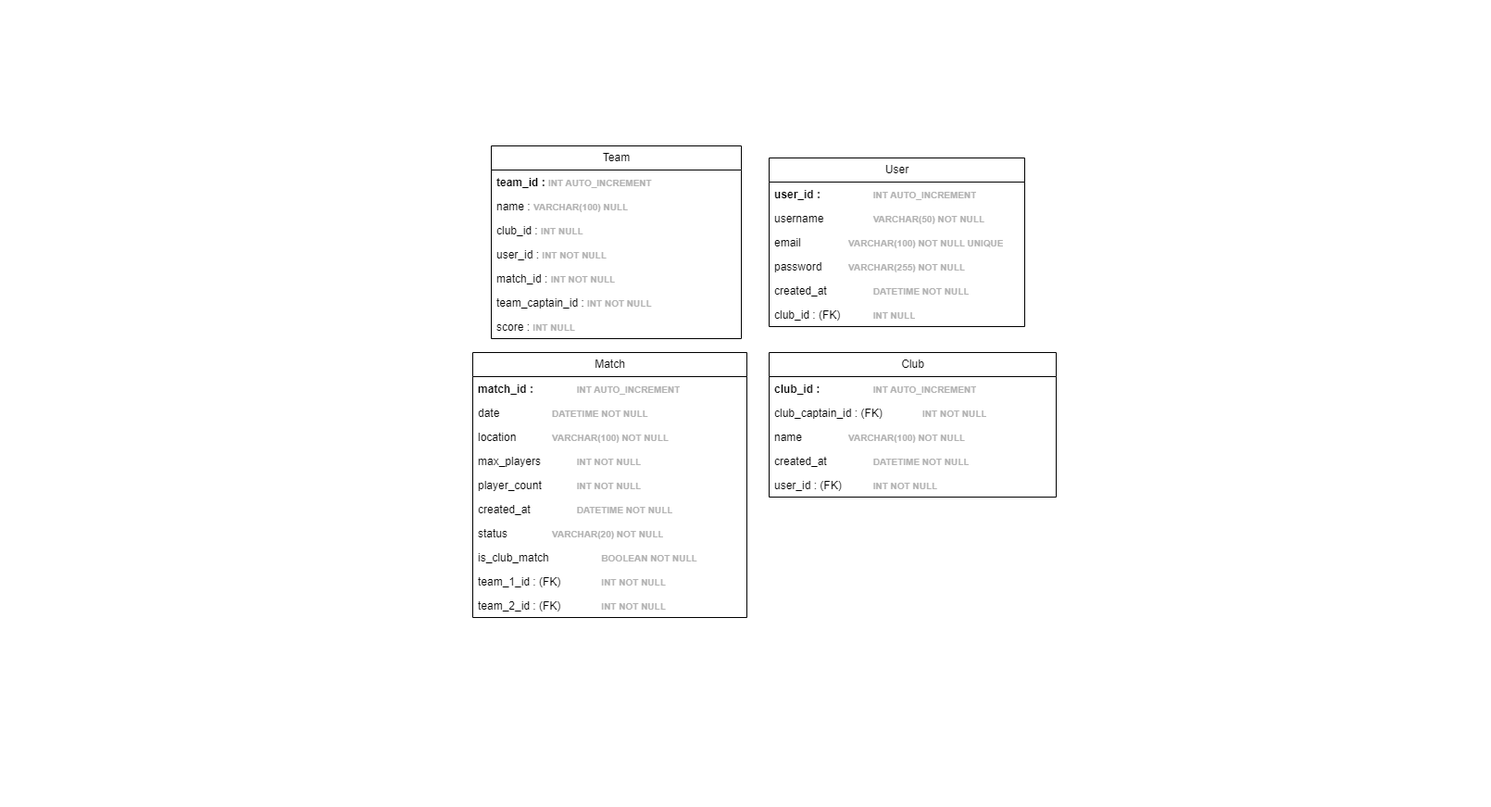
Before: MPD.drawio.png, a diagram exported from draw.io (Mathistrg/Styx). Source tidied: cells renumbered, new cells last; positions are measured from the earlier drawing's top-left corner, leaving out a move shared by most shapes.
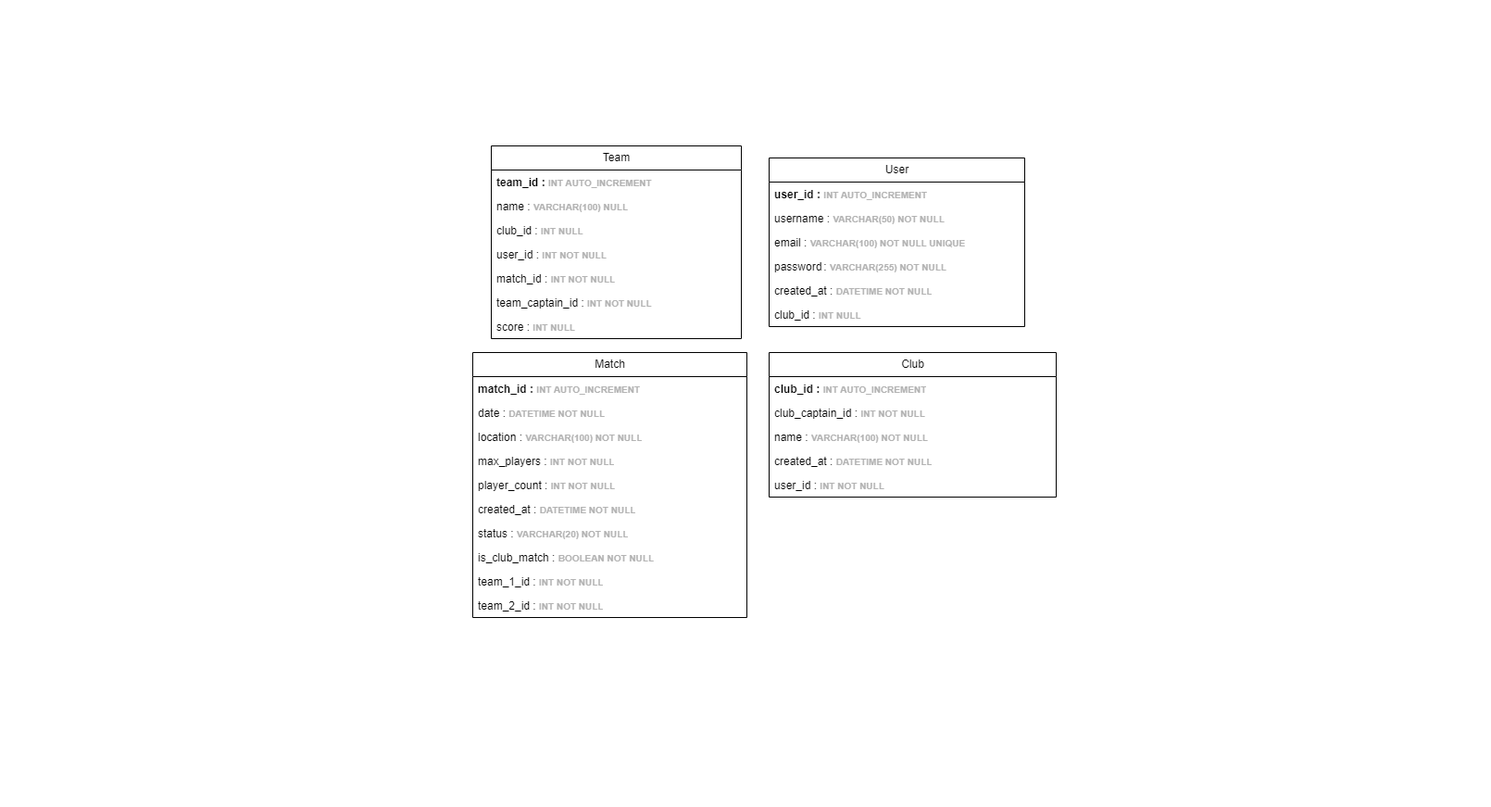
After the commit.

Commit message:
Mettre à jour MPD.drawio.png

The edit, as a diff of the source:
```diff
@@ -8,73 +8,73 @@
     <mxCell id="3" value="User" style="swimlane;fontStyle=0;horizontal=1;startSize=26;fillColor=none;html=1;" parent="1" vertex="1">
       <mxGeometry x="830" y="170" width="276" height="182" as="geometry" />
     </mxCell>
-    <mxCell id="4" value="&lt;b&gt;user_id :  &lt;span style=&quot;white-space: pre;&quot;&gt;&#9;&lt;/span&gt;&lt;span style=&quot;white-space: pre;&quot;&gt;&#9;&lt;/span&gt;&lt;font style=&quot;font-size: 10px; color: rgb(179, 179, 179);&quot;&gt;INT AUTO_INCREMENT&lt;/font&gt;&lt;/b&gt;" style="text;strokeColor=none;fillColor=none;align=left;verticalAlign=top;spacingLeft=4;spacingRight=4;overflow=hidden;whiteSpace=wrap;html=1;" parent="3" vertex="1">
+    <mxCell id="4" value="&lt;b&gt;user_id :&amp;nbsp;&lt;font style=&quot;font-size: 10px; color: rgb(179, 179, 179);&quot;&gt;INT AUTO_INCREMENT&lt;/font&gt;&lt;/b&gt;" style="text;strokeColor=none;fillColor=none;align=left;verticalAlign=top;spacingLeft=4;spacingRight=4;overflow=hidden;whiteSpace=wrap;html=1;" parent="3" vertex="1">
       <mxGeometry y="26" width="276" height="26" as="geometry" />
     </mxCell>
-    <mxCell id="5" value="username&lt;span style=&quot;white-space: pre;&quot;&gt;&#9;&lt;/span&gt;&lt;span style=&quot;white-space: pre;&quot;&gt;&#9;&lt;/span&gt;&lt;font color=&quot;#b3b3b3&quot;&gt;&lt;span style=&quot;font-size: 10px;&quot;&gt;&lt;b&gt;VARCHAR(50) NOT NULL&lt;/b&gt;&lt;/span&gt;&lt;/font&gt;" style="text;strokeColor=none;fillColor=none;align=left;verticalAlign=top;spacingLeft=4;spacingRight=4;overflow=hidden;whiteSpace=wrap;html=1;" parent="3" vertex="1">
+    <mxCell id="5" value="username :&amp;nbsp;&lt;font color=&quot;#b3b3b3&quot;&gt;&lt;span style=&quot;font-size: 10px;&quot;&gt;&lt;b&gt;VARCHAR(50) NOT NULL&lt;/b&gt;&lt;/span&gt;&lt;/font&gt;" style="text;strokeColor=none;fillColor=none;align=left;verticalAlign=top;spacingLeft=4;spacingRight=4;overflow=hidden;whiteSpace=wrap;html=1;" parent="3" vertex="1">
       <mxGeometry y="52" width="276" height="26" as="geometry" />
     </mxCell>
-    <mxCell id="6" value="email&lt;span style=&quot;white-space: pre;&quot;&gt;&#9;&lt;/span&gt;&lt;span style=&quot;white-space: pre;&quot;&gt;&#9;&lt;/span&gt;&lt;font color=&quot;#b3b3b3&quot;&gt;&lt;span style=&quot;font-size: 10px;&quot;&gt;&lt;b&gt;VARCHAR(100) NOT NULL UNIQUE&lt;/b&gt;&lt;/span&gt;&lt;/font&gt;" style="text;strokeColor=none;fillColor=none;align=left;verticalAlign=top;spacingLeft=4;spacingRight=4;overflow=hidden;whiteSpace=wrap;html=1;" parent="3" vertex="1">
+    <mxCell id="6" value="email :&amp;nbsp;&lt;font color=&quot;#b3b3b3&quot;&gt;&lt;span style=&quot;font-size: 10px;&quot;&gt;&lt;b&gt;VARCHAR(100) NOT NULL UNIQUE&lt;/b&gt;&lt;/span&gt;&lt;/font&gt;" style="text;strokeColor=none;fillColor=none;align=left;verticalAlign=top;spacingLeft=4;spacingRight=4;overflow=hidden;whiteSpace=wrap;html=1;" parent="3" vertex="1">
       <mxGeometry y="78" width="276" height="26" as="geometry" />
     </mxCell>
-    <mxCell id="7" value="password&lt;span style=&quot;white-space: pre;&quot;&gt;&#9;&lt;/span&gt;&lt;span style=&quot;white-space: pre;&quot;&gt;&#9;&lt;/span&gt;&lt;font color=&quot;#b3b3b3&quot;&gt;&lt;span style=&quot;font-size: 10px;&quot;&gt;&lt;b&gt;VARCHAR(255) NOT NULL&lt;/b&gt;&lt;/span&gt;&lt;/font&gt;" style="text;strokeColor=none;fillColor=none;align=left;verticalAlign=top;spacingLeft=4;spacingRight=4;overflow=hidden;whiteSpace=wrap;html=1;" parent="3" vertex="1">
+    <mxCell id="7" value="password&lt;span style=&quot;white-space: pre;&quot;&gt;&#9;&lt;/span&gt;:&amp;nbsp;&lt;font color=&quot;#b3b3b3&quot;&gt;&lt;span style=&quot;font-size: 10px;&quot;&gt;&lt;b&gt;VARCHAR(255) NOT NULL&lt;/b&gt;&lt;/span&gt;&lt;/font&gt;" style="text;strokeColor=none;fillColor=none;align=left;verticalAlign=top;spacingLeft=4;spacingRight=4;overflow=hidden;whiteSpace=wrap;html=1;" parent="3" vertex="1">
       <mxGeometry y="104" width="276" height="26" as="geometry" />
     </mxCell>
-    <mxCell id="8" value="created_at&lt;span style=&quot;white-space: pre;&quot;&gt;&#9;&lt;/span&gt;&lt;span style=&quot;white-space: pre;&quot;&gt;&#9;&lt;/span&gt;&lt;font color=&quot;#b3b3b3&quot;&gt;&lt;span style=&quot;font-size: 10px;&quot;&gt;&lt;b&gt;DATETIME NOT NULL&lt;/b&gt;&lt;/span&gt;&lt;/font&gt;" style="text;strokeColor=none;fillColor=none;align=left;verticalAlign=top;spacingLeft=4;spacingRight=4;overflow=hidden;whiteSpace=wrap;html=1;" parent="3" vertex="1">
+    <mxCell id="8" value="created_at :&amp;nbsp;&lt;font color=&quot;#b3b3b3&quot;&gt;&lt;span style=&quot;font-size: 10px;&quot;&gt;&lt;b&gt;DATETIME NOT NULL&lt;/b&gt;&lt;/span&gt;&lt;/font&gt;" style="text;strokeColor=none;fillColor=none;align=left;verticalAlign=top;spacingLeft=4;spacingRight=4;overflow=hidden;whiteSpace=wrap;html=1;" parent="3" vertex="1">
       <mxGeometry y="130" width="276" height="26" as="geometry" />
     </mxCell>
-    <mxCell id="9" value="club_id :  (FK)&lt;span style=&quot;white-space: pre;&quot;&gt;&#9;&lt;/span&gt;&lt;span style=&quot;white-space: pre;&quot;&gt;&#9;&lt;/span&gt;&lt;font color=&quot;#b3b3b3&quot;&gt;&lt;span style=&quot;font-size: 10px;&quot;&gt;&lt;b&gt;INT NULL&lt;/b&gt;&lt;/span&gt;&lt;/font&gt;" style="text;strokeColor=none;fillColor=none;align=left;verticalAlign=top;spacingLeft=4;spacingRight=4;overflow=hidden;whiteSpace=wrap;html=1;" parent="3" vertex="1">
+    <mxCell id="9" value="club_id : &lt;font color=&quot;#b3b3b3&quot;&gt;&lt;span style=&quot;font-size: 10px;&quot;&gt;&lt;b&gt;INT NULL&lt;/b&gt;&lt;/span&gt;&lt;/font&gt;" style="text;strokeColor=none;fillColor=none;align=left;verticalAlign=top;spacingLeft=4;spacingRight=4;overflow=hidden;whiteSpace=wrap;html=1;" parent="3" vertex="1">
       <mxGeometry y="156" width="276" height="26" as="geometry" />
     </mxCell>
     <mxCell id="10" value="Match" style="swimlane;fontStyle=0;horizontal=1;startSize=26;fillColor=none;html=1;" parent="1" vertex="1">
       <mxGeometry x="510" y="380" width="296" height="286" as="geometry" />
     </mxCell>
-    <mxCell id="11" value="&lt;b&gt;match_id :  &lt;span style=&quot;white-space: pre;&quot;&gt;&#9;&lt;/span&gt;&lt;span style=&quot;white-space: pre;&quot;&gt;&#9;&lt;/span&gt;&lt;/b&gt;&lt;b style=&quot;color: rgb(179, 179, 179); font-size: 10px;&quot;&gt;INT AUTO_INCREMENT&lt;/b&gt;" style="text;strokeColor=none;fillColor=none;align=left;verticalAlign=top;spacingLeft=4;spacingRight=4;overflow=hidden;whiteSpace=wrap;html=1;" parent="10" vertex="1">
+    <mxCell id="11" value="&lt;b&gt;match_id : &lt;/b&gt;&lt;b style=&quot;color: rgb(179, 179, 179); font-size: 10px;&quot;&gt;INT AUTO_INCREMENT&lt;/b&gt;" style="text;strokeColor=none;fillColor=none;align=left;verticalAlign=top;spacingLeft=4;spacingRight=4;overflow=hidden;whiteSpace=wrap;html=1;" parent="10" vertex="1">
       <mxGeometry y="26" width="296" height="26" as="geometry" />
     </mxCell>
-    <mxCell id="12" value="date&lt;span style=&quot;white-space: pre;&quot;&gt;&#9;&lt;/span&gt;&lt;span style=&quot;white-space: pre;&quot;&gt;&#9;&lt;/span&gt;&lt;span style=&quot;white-space: pre;&quot;&gt;&#9;&lt;/span&gt;&lt;b style=&quot;color: rgb(179, 179, 179); font-size: 10px;&quot;&gt;DATETIME NOT NULL&lt;/b&gt;" style="text;strokeColor=none;fillColor=none;align=left;verticalAlign=top;spacingLeft=4;spacingRight=4;overflow=hidden;whiteSpace=wrap;html=1;" parent="10" vertex="1">
+    <mxCell id="12" value="date&lt;span style=&quot;white-space: pre;&quot;&gt;&#9;&lt;/span&gt;:&amp;nbsp;&lt;b style=&quot;color: rgb(179, 179, 179); font-size: 10px;&quot;&gt;DATETIME NOT NULL&lt;/b&gt;" style="text;strokeColor=none;fillColor=none;align=left;verticalAlign=top;spacingLeft=4;spacingRight=4;overflow=hidden;whiteSpace=wrap;html=1;" parent="10" vertex="1">
       <mxGeometry y="52" width="296" height="26" as="geometry" />
     </mxCell>
-    <mxCell id="13" value="location&lt;span style=&quot;white-space: pre;&quot;&gt;&#9;&lt;/span&gt;&lt;span style=&quot;white-space: pre;&quot;&gt;&#9;&lt;/span&gt;&lt;b style=&quot;color: rgb(179, 179, 179); font-size: 10px;&quot;&gt;VARCHAR(100) NOT NULL&lt;/b&gt;" style="text;strokeColor=none;fillColor=none;align=left;verticalAlign=top;spacingLeft=4;spacingRight=4;overflow=hidden;whiteSpace=wrap;html=1;" parent="10" vertex="1">
+    <mxCell id="13" value="location :&amp;nbsp;&lt;b style=&quot;color: rgb(179, 179, 179); font-size: 10px;&quot;&gt;VARCHAR(100) NOT NULL&lt;/b&gt;" style="text;strokeColor=none;fillColor=none;align=left;verticalAlign=top;spacingLeft=4;spacingRight=4;overflow=hidden;whiteSpace=wrap;html=1;" parent="10" vertex="1">
       <mxGeometry y="78" width="296" height="26" as="geometry" />
     </mxCell>
-    <mxCell id="14" value="max_players&lt;span style=&quot;white-space: pre;&quot;&gt;&#9;&lt;/span&gt;&lt;span style=&quot;white-space: pre;&quot;&gt;&#9;&lt;/span&gt;&lt;b style=&quot;color: rgb(179, 179, 179); font-size: 10px;&quot;&gt;INT NOT NULL&lt;/b&gt;" style="text;strokeColor=none;fillColor=none;align=left;verticalAlign=top;spacingLeft=4;spacingRight=4;overflow=hidden;whiteSpace=wrap;html=1;" parent="10" vertex="1">
+    <mxCell id="14" value="max_players :&amp;nbsp;&lt;b style=&quot;color: rgb(179, 179, 179); font-size: 10px;&quot;&gt;INT NOT NULL&lt;/b&gt;" style="text;strokeColor=none;fillColor=none;align=left;verticalAlign=top;spacingLeft=4;spacingRight=4;overflow=hidden;whiteSpace=wrap;html=1;" parent="10" vertex="1">
       <mxGeometry y="104" width="296" height="26" as="geometry" />
     </mxCell>
-    <mxCell id="15" value="player_count&lt;span style=&quot;white-space: pre;&quot;&gt;&#9;&lt;/span&gt;&lt;span style=&quot;white-space: pre;&quot;&gt;&#9;&lt;/span&gt;&lt;b style=&quot;color: rgb(179, 179, 179); font-size: 10px;&quot;&gt;INT NOT NULL&lt;/b&gt;" style="text;strokeColor=none;fillColor=none;align=left;verticalAlign=top;spacingLeft=4;spacingRight=4;overflow=hidden;whiteSpace=wrap;html=1;" parent="10" vertex="1">
+    <mxCell id="15" value="player_count :&amp;nbsp;&lt;b style=&quot;color: rgb(179, 179, 179); font-size: 10px;&quot;&gt;INT NOT NULL&lt;/b&gt;" style="text;strokeColor=none;fillColor=none;align=left;verticalAlign=top;spacingLeft=4;spacingRight=4;overflow=hidden;whiteSpace=wrap;html=1;" parent="10" vertex="1">
       <mxGeometry y="130" width="296" height="26" as="geometry" />
     </mxCell>
-    <mxCell id="16" value="created_at&lt;span style=&quot;white-space: pre;&quot;&gt;&#9;&lt;/span&gt;&lt;span style=&quot;white-space: pre;&quot;&gt;&#9;&lt;/span&gt;&lt;b style=&quot;color: rgb(179, 179, 179); font-size: 10px;&quot;&gt;DATETIME NOT NULL&lt;/b&gt;" style="text;strokeColor=none;fillColor=none;align=left;verticalAlign=top;spacingLeft=4;spacingRight=4;overflow=hidden;whiteSpace=wrap;html=1;" parent="10" vertex="1">
+    <mxCell id="16" value="created_at :&amp;nbsp;&lt;b style=&quot;color: rgb(179, 179, 179); font-size: 10px;&quot;&gt;DATETIME NOT NULL&lt;/b&gt;" style="text;strokeColor=none;fillColor=none;align=left;verticalAlign=top;spacingLeft=4;spacingRight=4;overflow=hidden;whiteSpace=wrap;html=1;" parent="10" vertex="1">
       <mxGeometry y="156" width="296" height="26" as="geometry" />
     </mxCell>
-    <mxCell id="17" value="status&lt;span style=&quot;white-space: pre;&quot;&gt;&#9;&lt;/span&gt;&lt;span style=&quot;white-space: pre;&quot;&gt;&#9;&lt;/span&gt;&lt;b style=&quot;color: rgb(179, 179, 179); font-size: 10px;&quot;&gt;VARCHAR(20) NOT NULL&lt;/b&gt;" style="text;strokeColor=none;fillColor=none;align=left;verticalAlign=top;spacingLeft=4;spacingRight=4;overflow=hidden;whiteSpace=wrap;html=1;" parent="10" vertex="1">
+    <mxCell id="17" value="status :&amp;nbsp;&lt;b style=&quot;color: rgb(179, 179, 179); font-size: 10px;&quot;&gt;VARCHAR(20) NOT NULL&lt;/b&gt;" style="text;strokeColor=none;fillColor=none;align=left;verticalAlign=top;spacingLeft=4;spacingRight=4;overflow=hidden;whiteSpace=wrap;html=1;" parent="10" vertex="1">
       <mxGeometry y="182" width="296" height="26" as="geometry" />
     </mxCell>
-    <mxCell id="18" value="is_club_match&amp;nbsp;&lt;span style=&quot;white-space: pre;&quot;&gt;&#9;&lt;/span&gt;&lt;span style=&quot;white-space: pre;&quot;&gt;&#9;&lt;/span&gt;&lt;b style=&quot;color: rgb(179, 179, 179); font-size: 10px;&quot;&gt;BOOLEAN NOT NULL&lt;/b&gt;&lt;span style=&quot;white-space: pre;&quot;&gt;&#9;&lt;/span&gt;&lt;span style=&quot;white-space: pre;&quot;&gt;&#9;&lt;/span&gt;&lt;span style=&quot;white-space: pre;&quot;&gt;&#9;&lt;/span&gt;" style="text;strokeColor=none;fillColor=none;align=left;verticalAlign=top;spacingLeft=4;spacingRight=4;overflow=hidden;whiteSpace=wrap;html=1;" parent="10" vertex="1">
+    <mxCell id="18" value="is_club_match :&amp;nbsp;&lt;b style=&quot;color: rgb(179, 179, 179); font-size: 10px;&quot;&gt;BOOLEAN NOT NULL&lt;/b&gt;&lt;span style=&quot;white-space: pre;&quot;&gt;&#9;&lt;/span&gt;&lt;span style=&quot;white-space: pre;&quot;&gt;&#9;&lt;/span&gt;&lt;span style=&quot;white-space: pre;&quot;&gt;&#9;&lt;/span&gt;" style="text;strokeColor=none;fillColor=none;align=left;verticalAlign=top;spacingLeft=4;spacingRight=4;overflow=hidden;whiteSpace=wrap;html=1;" parent="10" vertex="1">
       <mxGeometry y="208" width="296" height="26" as="geometry" />
     </mxCell>
-    <mxCell id="19" value="team_1_id :  (FK)&lt;span style=&quot;white-space: pre;&quot;&gt;&#9;&lt;/span&gt;&lt;span style=&quot;white-space: pre;&quot;&gt;&#9;&lt;/span&gt;&lt;b style=&quot;color: rgb(179, 179, 179); font-size: 10px;&quot;&gt;INT NOT NULL&lt;/b&gt;" style="text;strokeColor=none;fillColor=none;align=left;verticalAlign=top;spacingLeft=4;spacingRight=4;overflow=hidden;whiteSpace=wrap;html=1;" parent="10" vertex="1">
+    <mxCell id="19" value="team_1_id : &lt;b style=&quot;color: rgb(179, 179, 179); font-size: 10px;&quot;&gt;INT NOT NULL&lt;/b&gt;" style="text;strokeColor=none;fillColor=none;align=left;verticalAlign=top;spacingLeft=4;spacingRight=4;overflow=hidden;whiteSpace=wrap;html=1;" parent="10" vertex="1">
       <mxGeometry y="234" width="296" height="26" as="geometry" />
     </mxCell>
-    <mxCell id="20" value="team_2_id :  (FK)&lt;span style=&quot;white-space: pre;&quot;&gt;&#9;&lt;/span&gt;&lt;span style=&quot;white-space: pre;&quot;&gt;&#9;&lt;/span&gt;&lt;b style=&quot;color: rgb(179, 179, 179); font-size: 10px;&quot;&gt;INT NOT NULL&lt;/b&gt;" style="text;strokeColor=none;fillColor=none;align=left;verticalAlign=top;spacingLeft=4;spacingRight=4;overflow=hidden;whiteSpace=wrap;html=1;" parent="10" vertex="1">
+    <mxCell id="20" value="team_2_id : &lt;b style=&quot;color: rgb(179, 179, 179); font-size: 10px;&quot;&gt;INT NOT NULL&lt;/b&gt;" style="text;strokeColor=none;fillColor=none;align=left;verticalAlign=top;spacingLeft=4;spacingRight=4;overflow=hidden;whiteSpace=wrap;html=1;" parent="10" vertex="1">
       <mxGeometry y="260" width="296" height="26" as="geometry" />
     </mxCell>
     <mxCell id="21" value="Club" style="swimlane;fontStyle=0;horizontal=1;startSize=26;fillColor=none;html=1;" parent="1" vertex="1">
       <mxGeometry x="830" y="380" width="310" height="156" as="geometry" />
     </mxCell>
-    <mxCell id="22" value="&lt;b&gt;club_id :  &lt;span style=&quot;white-space: pre;&quot;&gt;&#9;&lt;/span&gt;&lt;span style=&quot;white-space: pre;&quot;&gt;&#9;&lt;/span&gt;&lt;font color=&quot;#b3b3b3&quot;&gt;&lt;span style=&quot;font-size: 10px;&quot;&gt;INT AUTO_INCREMENT&lt;/span&gt;&lt;/font&gt;&lt;/b&gt;" style="text;strokeColor=none;fillColor=none;align=left;verticalAlign=top;spacingLeft=4;spacingRight=4;overflow=hidden;whiteSpace=wrap;html=1;" parent="21" vertex="1">
+    <mxCell id="22" value="&lt;b&gt;club_id :&amp;nbsp;&lt;font color=&quot;#b3b3b3&quot;&gt;&lt;span style=&quot;font-size: 10px;&quot;&gt;INT AUTO_INCREMENT&lt;/span&gt;&lt;/font&gt;&lt;/b&gt;" style="text;strokeColor=none;fillColor=none;align=left;verticalAlign=top;spacingLeft=4;spacingRight=4;overflow=hidden;whiteSpace=wrap;html=1;" parent="21" vertex="1">
       <mxGeometry y="26" width="310" height="26" as="geometry" />
     </mxCell>
-    <mxCell id="23" value="club_captain_id :  (FK)&lt;span style=&quot;white-space: pre;&quot;&gt;&#9;&lt;/span&gt;&lt;span style=&quot;white-space: pre;&quot;&gt;&#9;&lt;/span&gt;&lt;b style=&quot;color: rgb(179, 179, 179); font-size: 10px;&quot;&gt;INT NOT NULL&lt;/b&gt;" style="text;strokeColor=none;fillColor=none;align=left;verticalAlign=top;spacingLeft=4;spacingRight=4;overflow=hidden;whiteSpace=wrap;html=1;" parent="21" vertex="1">
+    <mxCell id="23" value="club_captain_id : &lt;b style=&quot;color: rgb(179, 179, 179); font-size: 10px;&quot;&gt;INT NOT NULL&lt;/b&gt;" style="text;strokeColor=none;fillColor=none;align=left;verticalAlign=top;spacingLeft=4;spacingRight=4;overflow=hidden;whiteSpace=wrap;html=1;" parent="21" vertex="1">
       <mxGeometry y="52" width="310" height="26" as="geometry" />
     </mxCell>
-    <mxCell id="24" value="name&lt;span style=&quot;white-space: pre;&quot;&gt;&#9;&lt;/span&gt;&lt;span style=&quot;white-space: pre;&quot;&gt;&#9;&lt;/span&gt;&lt;b style=&quot;color: rgb(179, 179, 179); font-size: 10px;&quot;&gt;VARCHAR(100) NOT NULL&lt;/b&gt;" style="text;strokeColor=none;fillColor=none;align=left;verticalAlign=top;spacingLeft=4;spacingRight=4;overflow=hidden;whiteSpace=wrap;html=1;" parent="21" vertex="1">
+    <mxCell id="24" value="name :&amp;nbsp;&lt;b style=&quot;color: rgb(179, 179, 179); font-size: 10px;&quot;&gt;VARCHAR(100) NOT NULL&lt;/b&gt;" style="text;strokeColor=none;fillColor=none;align=left;verticalAlign=top;spacingLeft=4;spacingRight=4;overflow=hidden;whiteSpace=wrap;html=1;" parent="21" vertex="1">
       <mxGeometry y="78" width="310" height="26" as="geometry" />
     </mxCell>
-    <mxCell id="25" value="created_at&lt;span style=&quot;white-space: pre;&quot;&gt;&#9;&lt;/span&gt;&lt;span style=&quot;white-space: pre;&quot;&gt;&#9;&lt;/span&gt;&lt;b style=&quot;color: rgb(179, 179, 179); font-size: 10px;&quot;&gt;DATETIME NOT NULL&lt;/b&gt;" style="text;strokeColor=none;fillColor=none;align=left;verticalAlign=top;spacingLeft=4;spacingRight=4;overflow=hidden;whiteSpace=wrap;html=1;" parent="21" vertex="1">
+    <mxCell id="25" value="created_at :&amp;nbsp;&lt;b style=&quot;color: rgb(179, 179, 179); font-size: 10px;&quot;&gt;DATETIME NOT NULL&lt;/b&gt;" style="text;strokeColor=none;fillColor=none;align=left;verticalAlign=top;spacingLeft=4;spacingRight=4;overflow=hidden;whiteSpace=wrap;html=1;" parent="21" vertex="1">
       <mxGeometry y="104" width="310" height="26" as="geometry" />
     </mxCell>
-    <mxCell id="26" value="user_id :  (FK)&lt;span style=&quot;white-space: pre;&quot;&gt;&#9;&lt;/span&gt;&lt;span style=&quot;white-space: pre;&quot;&gt;&#9;&lt;/span&gt;&lt;b style=&quot;color: rgb(179, 179, 179); font-size: 10px;&quot;&gt;INT NOT NULL&lt;/b&gt;" style="text;strokeColor=none;fillColor=none;align=left;verticalAlign=top;spacingLeft=4;spacingRight=4;overflow=hidden;whiteSpace=wrap;html=1;" parent="21" vertex="1">
+    <mxCell id="26" value="user_id : &lt;b style=&quot;color: rgb(179, 179, 179); font-size: 10px;&quot;&gt;INT NOT NULL&lt;/b&gt;" style="text;strokeColor=none;fillColor=none;align=left;verticalAlign=top;spacingLeft=4;spacingRight=4;overflow=hidden;whiteSpace=wrap;html=1;" parent="21" vertex="1">
       <mxGeometry y="130" width="310" height="26" as="geometry" />
     </mxCell>
     <mxCell id="27" value="Team" style="swimlane;fontStyle=0;horizontal=1;startSize=26;fillColor=none;html=1;" parent="1" vertex="1">
```
